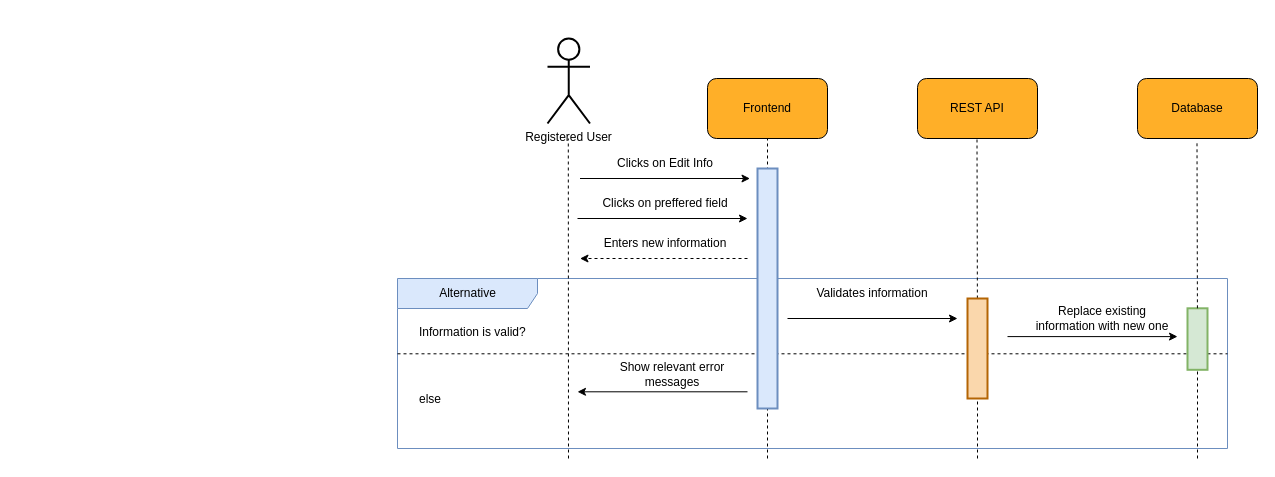
Earlier version of the draw.io diagram diagrams/collaboration/cd-08.drawio (usman1100/fyp-documentation). Source tidied: cells renumbered, new cells numbered last; positions are measured from the earlier drawing's top-left corner, leaving out a move shared by most shapes. Both pictures are drawn from the tidied source at 100%, with x=0, y=0 at pixel (397, 38).
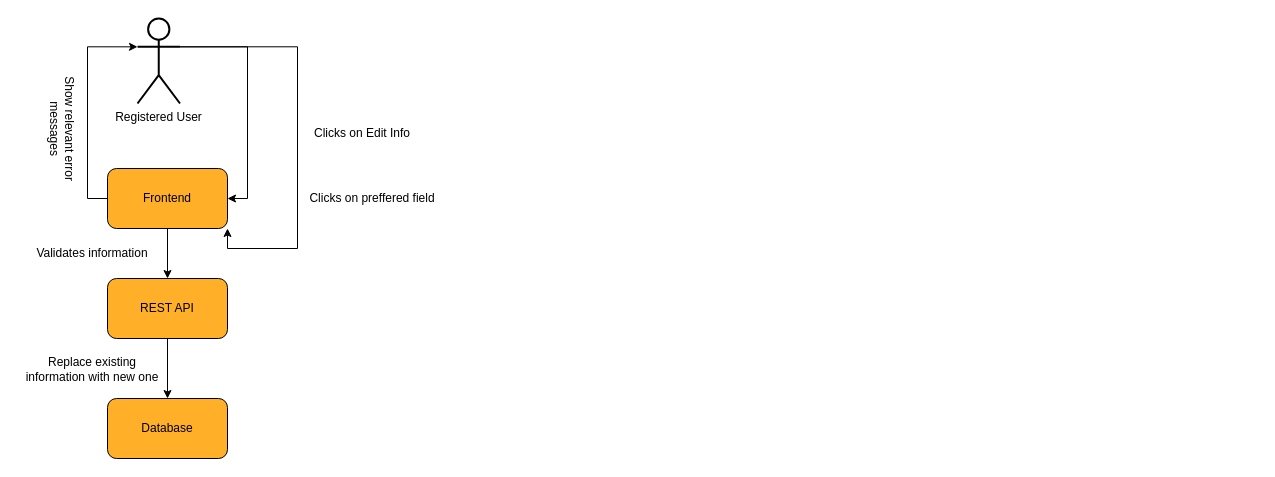
After the change.

The change refers to these unchanged cells:
```xml
<mxCell id="11" style="rounded=1;whiteSpace=wrap;html=1;fillColor=#FFAF28;fontSize=12;" parent="10" vertex="1">
  <mxGeometry width="120" height="60" as="geometry" />
</mxCell>
<mxCell id="14" style="rounded=1;whiteSpace=wrap;html=1;fillColor=#FFAF28;fontSize=12;" parent="13" vertex="1">
  <mxGeometry width="120" height="60" as="geometry" />
</mxCell>
<mxCell id="28" style="rounded=1;whiteSpace=wrap;html=1;fillColor=#FFAF28;fontSize=12;" parent="27" vertex="1">
  <mxGeometry width="120" height="60" as="geometry" />
</mxCell>
```

Change to the diagram source:
```diff
@@
-    <mxCell id="2" value="Alternative" style="shape=umlFrame;tabWidth=110;tabHeight=30;tabPosition=left;html=1;boundedLbl=1;labelInHeader=1;width=140;height=30;fillColor=#dae8fc;fontSize=12;strokeWidth=1;strokeColor=#6c8ebf;" parent="1" vertex="1">
-      <mxGeometry y="240" width="830" height="170" as="geometry" />
-    </mxCell>
-    <mxCell id="3" value="Information is valid?" style="text;fillColor=none;fontSize=12;" parent="2" vertex="1">
-      <mxGeometry width="100" height="20" relative="1" as="geometry">
-        <mxPoint x="20" y="40" as="offset" />
-      </mxGeometry>
-    </mxCell>
-    <mxCell id="4" value="else" style="line;strokeWidth=1;dashed=1;labelPosition=center;verticalLabelPosition=bottom;align=left;verticalAlign=top;spacingLeft=20;spacingTop=15;fillColor=none;fontSize=12;" parent="2" vertex="1">
-      <mxGeometry y="58.8" width="830" height="33" as="geometry" />
-    </mxCell>
-    <mxCell id="5" style="endArrow=classic;html=1;rounded=0;strokeWidth=1;jumpSize=6;fontSize=12;" parent="2" edge="1">
-      <mxGeometry relative="1" as="geometry">
-        <mxPoint x="610" y="58.1" as="sourcePoint" />
-        <mxPoint x="780" y="58.1" as="targetPoint" />
-      </mxGeometry>
-    </mxCell>
-    <mxCell id="6" value="&lt;span style=&quot;background-color: rgb(255 , 255 , 255) ; font-size: 12px&quot;&gt;Replace existing information with new one&lt;/span&gt;" style="text;html=1;strokeColor=none;fillColor=none;align=center;verticalAlign=middle;whiteSpace=wrap;rounded=0;fontSize=12;" parent="2" vertex="1">
-      <mxGeometry x="630" y="29.8" width="150" height="21.2" as="geometry" />
-    </mxCell>
-    <mxCell id="7" value="&lt;span style=&quot;background-color: rgb(255, 255, 255); font-size: 12px;&quot;&gt;Show relevant error messages&lt;/span&gt;" style="text;html=1;strokeColor=none;fillColor=none;align=center;verticalAlign=middle;whiteSpace=wrap;rounded=0;fontSize=12;" parent="2" vertex="1">
-      <mxGeometry x="200" y="85" width="150" height="21.2" as="geometry" />
-    </mxCell>
-    <mxCell id="8" style="endArrow=classic;html=1;rounded=0;strokeWidth=1;jumpSize=6;fontSize=12;" parent="2" edge="1">
-      <mxGeometry relative="1" as="geometry">
-        <mxPoint x="350" y="113.3" as="sourcePoint" />
-        <mxPoint x="180" y="113.3" as="targetPoint" />
-      </mxGeometry>
-    </mxCell>
-    <mxCell id="9" style="rounded=0;whiteSpace=wrap;html=1;fontSize=12;strokeWidth=2;fillColor=#d5e8d4;strokeColor=#82b366;" parent="2" vertex="1">
-      <mxGeometry x="790" y="29.8" width="20" height="61.5" as="geometry" />
-    </mxCell>
     <mxCell id="10" style="group;fontSize=12;" parent="1" vertex="1">
-      <mxGeometry x="310" y="40" width="120" height="60" as="geometry" />
+      <mxGeometry x="-290" y="130" width="120" height="60" as="geometry" />
     </mxCell>
@@
     <mxCell id="13" style="group;fontSize=12;" parent="1" vertex="1">
-      <mxGeometry x="520" y="40" width="120" height="60" as="geometry" />
+      <mxGeometry x="-290" y="240" width="120" height="60" as="geometry" />
     </mxCell>
@@
-    <mxCell id="16" style="endArrow=none;dashed=1;html=1;rounded=0;entryX=0.5;entryY=1;entryDx=0;entryDy=0;jumpSize=6;strokeWidth=1;fontSize=12;" parent="1" edge="1" target="11">
-      <mxGeometry relative="1" as="geometry">
-        <mxPoint x="370" y="420" as="sourcePoint" />
-      </mxGeometry>
-    </mxCell>
-    <mxCell id="17" style="endArrow=none;dashed=1;html=1;rounded=0;entryX=0.5;entryY=1;entryDx=0;entryDy=0;jumpSize=6;strokeWidth=1;startArrow=none;fontSize=12;" parent="1" edge="1" source="25">
-      <mxGeometry relative="1" as="geometry">
-        <mxPoint x="579.5" y="100" as="targetPoint" />
-      </mxGeometry>
-    </mxCell>
+    <mxCell id="36" style="edgeStyle=orthogonalEdgeStyle;rounded=0;jettySize=auto;html=1;exitX=1;exitY=0.3333333333333333;exitDx=0;exitDy=0;exitPerimeter=0;entryX=1;entryY=0.5;entryDx=0;entryDy=0;" parent="1" edge="1" source="18" target="11">
+      <mxGeometry relative="1" as="geometry" />
+    </mxCell>
+    <mxCell id="37" style="edgeStyle=orthogonalEdgeStyle;rounded=0;jettySize=auto;html=1;exitX=1;exitY=0.3333333333333333;exitDx=0;exitDy=0;exitPerimeter=0;entryX=1;entryY=1;entryDx=0;entryDy=0;" parent="1" edge="1" source="18" target="11">
+      <mxGeometry relative="1" as="geometry">
+        <Array as="points">
+          <mxPoint x="-100" y="8" />
+          <mxPoint x="-100" y="210" />
+          <mxPoint x="-170" y="210" />
+        </Array>
+      </mxGeometry>
+    </mxCell>
     <mxCell id="18" value="Registered User" style="shape=umlActor;verticalLabelPosition=bottom;verticalAlign=top;html=1;outlineConnect=0;rounded=1;strokeWidth=2;fontSize=12;" parent="1" vertex="1">
-      <mxGeometry x="150" width="42.5" height="85" as="geometry" />
+      <mxGeometry x="-260" y="-20" width="42.5" height="85" as="geometry" />
     </mxCell>
-    <mxCell id="19" style="endArrow=none;dashed=1;html=1;rounded=0;entryX=0.5;entryY=1;entryDx=0;entryDy=0;jumpSize=6;strokeWidth=1;fontSize=12;" parent="1" edge="1">
-      <mxGeometry relative="1" as="geometry">
-        <mxPoint x="171" y="420" as="sourcePoint" />
-        <mxPoint x="170.8" y="100" as="targetPoint" />
-      </mxGeometry>
-    </mxCell>
-    <mxCell id="20" style="endArrow=classic;html=1;rounded=0;strokeWidth=1;jumpSize=6;fontSize=12;" parent="1" edge="1">
-      <mxGeometry relative="1" as="geometry">
-        <mxPoint x="182.5" y="140" as="sourcePoint" />
-        <mxPoint x="352.5" y="140" as="targetPoint" />
-      </mxGeometry>
-    </mxCell>
     <mxCell id="21" value="&lt;span style=&quot;background-color: rgb(255 , 255 , 255) ; font-size: 12px&quot;&gt;Clicks on Edit Info&lt;/span&gt;" style="text;html=1;strokeColor=none;fillColor=none;align=center;verticalAlign=middle;whiteSpace=wrap;rounded=0;fontSize=12;" parent="1" vertex="1">
-      <mxGeometry x="192.5" y="110" width="150" height="30" as="geometry" />
+      <mxGeometry x="-110" y="80" width="150" height="30" as="geometry" />
     </mxCell>
-    <mxCell id="22" style="endArrow=classic;html=1;rounded=0;strokeWidth=1;jumpSize=6;dashed=1;fontSize=12;" parent="1" edge="1">
-      <mxGeometry relative="1" as="geometry">
-        <mxPoint x="350" y="220" as="sourcePoint" />
-        <mxPoint x="182.5" y="220" as="targetPoint" />
-      </mxGeometry>
-    </mxCell>
-    <mxCell id="23" value="&lt;span style=&quot;background-color: rgb(255 , 255 , 255) ; font-size: 12px&quot;&gt;Enters new information&lt;/span&gt;" style="text;html=1;strokeColor=none;fillColor=none;align=center;verticalAlign=middle;whiteSpace=wrap;rounded=0;fontSize=12;" parent="1" vertex="1">
-      <mxGeometry x="192.5" y="190" width="150" height="30" as="geometry" />
-    </mxCell>
-    <mxCell id="24" style="rounded=0;whiteSpace=wrap;html=1;fontSize=12;strokeWidth=2;fillColor=#dae8fc;strokeColor=#6c8ebf;" parent="1" vertex="1">
-      <mxGeometry x="360" y="130" width="20" height="240" as="geometry" />
-    </mxCell>
-    <mxCell id="25" style="rounded=0;whiteSpace=wrap;html=1;fontSize=12;strokeWidth=2;fillColor=#fad7ac;strokeColor=#b46504;" parent="1" vertex="1">
-      <mxGeometry x="570" y="260" width="20" height="100" as="geometry" />
-    </mxCell>
-    <mxCell id="26" style="endArrow=none;dashed=1;html=1;rounded=0;entryX=0.5;entryY=1;entryDx=0;entryDy=0;jumpSize=6;strokeWidth=1;fontSize=12;" parent="1" edge="1" target="25">
-      <mxGeometry relative="1" as="geometry">
-        <mxPoint x="580" y="420" as="sourcePoint" />
-      </mxGeometry>
-    </mxCell>
     <mxCell id="27" style="group;fontSize=12;" parent="1" vertex="1">
-      <mxGeometry x="740" y="40" width="120" height="60" as="geometry" />
+      <mxGeometry x="-290" y="360" width="120" height="60" as="geometry" />
     </mxCell>
@@
-    <mxCell id="30" style="endArrow=none;dashed=1;html=1;rounded=0;entryX=0.5;entryY=1;entryDx=0;entryDy=0;jumpSize=6;strokeWidth=1;fontSize=12;startArrow=none;" parent="1" edge="1" source="9">
-      <mxGeometry relative="1" as="geometry">
-        <mxPoint x="799.5" y="104" as="targetPoint" />
-      </mxGeometry>
-    </mxCell>
-    <mxCell id="31" style="endArrow=classic;html=1;rounded=0;strokeWidth=1;jumpSize=6;fontSize=12;" parent="1" edge="1">
-      <mxGeometry relative="1" as="geometry">
-        <mxPoint x="390" y="280" as="sourcePoint" />
-        <mxPoint x="560" y="280" as="targetPoint" />
-      </mxGeometry>
-    </mxCell>
     <mxCell id="32" value="&lt;span style=&quot;background-color: rgb(255 , 255 , 255)&quot;&gt;Validates information&lt;/span&gt;" style="text;html=1;strokeColor=none;fillColor=none;align=center;verticalAlign=middle;whiteSpace=wrap;rounded=0;fontSize=12;" parent="1" vertex="1">
-      <mxGeometry x="400" y="240" width="150" height="30" as="geometry" />
+      <mxGeometry x="-380" y="200" width="150" height="30" as="geometry" />
     </mxCell>
-    <mxCell id="33" style="endArrow=none;dashed=1;html=1;rounded=0;entryX=0.5;entryY=1;entryDx=0;entryDy=0;jumpSize=6;strokeWidth=1;fontSize=12;" parent="1" edge="1" target="9">
-      <mxGeometry relative="1" as="geometry">
-        <mxPoint x="800" y="420" as="sourcePoint" />
-      </mxGeometry>
-    </mxCell>
-    <mxCell id="34" style="endArrow=classic;html=1;rounded=0;strokeWidth=1;jumpSize=6;fontSize=12;" parent="1" edge="1">
-      <mxGeometry relative="1" as="geometry">
-        <mxPoint x="180" y="180" as="sourcePoint" />
-        <mxPoint x="350" y="180" as="targetPoint" />
-      </mxGeometry>
-    </mxCell>
     <mxCell id="35" value="&lt;span style=&quot;background-color: rgb(255 , 255 , 255) ; font-size: 12px&quot;&gt;Clicks on preffered field&lt;/span&gt;" style="text;html=1;strokeColor=none;fillColor=none;align=center;verticalAlign=middle;whiteSpace=wrap;rounded=0;fontSize=12;" parent="1" vertex="1">
-      <mxGeometry x="192.5" y="150" width="150" height="30" as="geometry" />
+      <mxGeometry x="-100" y="145" width="150" height="30" as="geometry" />
     </mxCell>
+    <mxCell id="38" style="edgeStyle=orthogonalEdgeStyle;rounded=0;jettySize=auto;html=1;exitX=0;exitY=0.5;exitDx=0;exitDy=0;entryX=0;entryY=0.3333333333333333;entryDx=0;entryDy=0;entryPerimeter=0;" parent="1" edge="1" source="11" target="18">
+      <mxGeometry relative="1" as="geometry" />
+    </mxCell>
+    <mxCell id="39" style="edgeStyle=orthogonalEdgeStyle;rounded=0;jettySize=auto;html=1;exitX=0.5;exitY=1;exitDx=0;exitDy=0;entryX=0.5;entryY=0;entryDx=0;entryDy=0;" parent="1" edge="1" source="11" target="14">
+      <mxGeometry relative="1" as="geometry" />
+    </mxCell>
+    <mxCell id="40" style="edgeStyle=orthogonalEdgeStyle;rounded=0;jettySize=auto;html=1;exitX=0.5;exitY=1;exitDx=0;exitDy=0;entryX=0.5;entryY=0;entryDx=0;entryDy=0;" parent="1" edge="1" source="14" target="28">
+      <mxGeometry relative="1" as="geometry" />
+    </mxCell>
+    <mxCell id="7" value="&lt;span style=&quot;background-color: rgb(255, 255, 255); font-size: 12px;&quot;&gt;Show relevant error messages&lt;/span&gt;" style="text;html=1;strokeColor=none;fillColor=none;align=center;verticalAlign=middle;whiteSpace=wrap;rounded=0;fontSize=12;rotation=90;" parent="1" vertex="1">
+      <mxGeometry x="-410" y="80" width="150" height="21.2" as="geometry" />
+    </mxCell>
+    <mxCell id="6" value="&lt;span style=&quot;background-color: rgb(255 , 255 , 255) ; font-size: 12px&quot;&gt;Replace existing information with new one&lt;/span&gt;" style="text;html=1;strokeColor=none;fillColor=none;align=center;verticalAlign=middle;whiteSpace=wrap;rounded=0;fontSize=12;" parent="1" vertex="1">
+      <mxGeometry x="-380" y="320" width="150" height="21.2" as="geometry" />
+    </mxCell>
```
